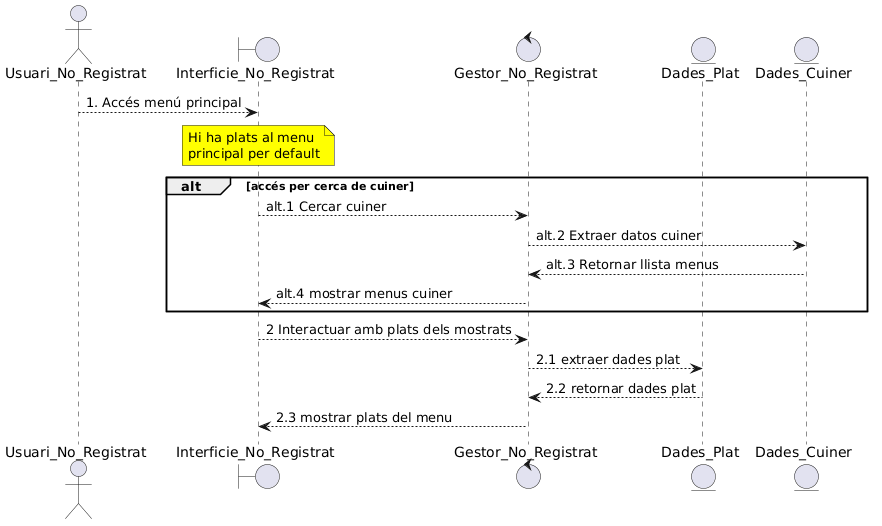
Earlier version of the PlantUML export documents/Diagrames i Especificacions/Seqüencia/ALEJANDRO/Consultar Menu.png (martipages/ES23UAB431-02). The source it was exported from:
```plantuml
@startuml
actor Usuari_No_Registrat as UsuariN
boundary Interficie_No_Registrat as interficie

control Gestor_No_Registrat as gestor
entity Dades_Plat as Plat
entity Dades_Cuiner as cuiner

UsuariN --> interficie : 1. Accés menú principal
note over interficie #Yellow : Hi ha plats al menu\nprincipal per default
alt accés per cerca de cuiner
  interficie --> gestor : alt.1 Cercar cuiner
  gestor --> cuiner : alt.2 Extraer datos cuiner
  cuiner --> gestor : alt.3 Retornar llista menus
  gestor --> interficie : alt.4 mostrar menus cuiner
end
interficie --> gestor : 2 Interactuar amb plats dels mostrats
gestor --> Plat : 2.1 extraer dades plat
Plat --> gestor : 2.2 retornar dades plat
gestor --> interficie : 2.3 mostrar plats del menu
@enduml
```
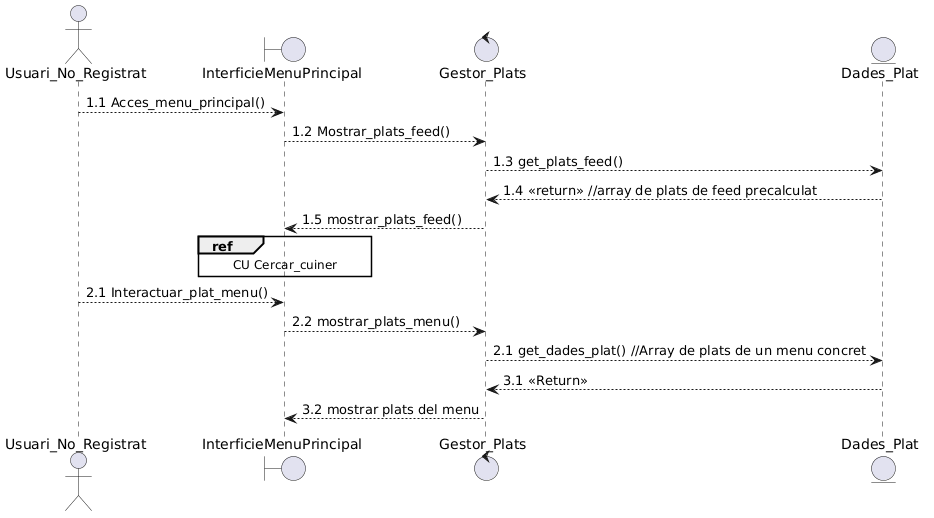
After the commit.

Diff of the diagram source:
```diff
@@ -1,21 +1,19 @@
 @startuml
 actor Usuari_No_Registrat as UsuariN
-boundary Interficie_No_Registrat as interficie
+boundary InterficieMenuPrincipal as interficie
 
-control Gestor_No_Registrat as gestor
+control Gestor_Plats as gestor
 entity Dades_Plat as Plat
-entity Dades_Cuiner as cuiner
 
-UsuariN --> interficie : 1. Accés menú principal
-note over interficie #Yellow : Hi ha plats al menu\nprincipal per default
-alt accés per cerca de cuiner
-  interficie --> gestor : alt.1 Cercar cuiner
-  gestor --> cuiner : alt.2 Extraer datos cuiner
-  cuiner --> gestor : alt.3 Retornar llista menus
-  gestor --> interficie : alt.4 mostrar menus cuiner
-end
-interficie --> gestor : 2 Interactuar amb plats dels mostrats
-gestor --> Plat : 2.1 extraer dades plat
-Plat --> gestor : 2.2 retornar dades plat
-gestor --> interficie : 2.3 mostrar plats del menu
+UsuariN --> interficie : 1.1 Acces_menu_principal()
+interficie --> gestor : 1.2 Mostrar_plats_feed()
+gestor --> Plat : 1.3 get_plats_feed()
+Plat --> gestor : 1.4 <<return>> //array de plats de feed precalculat
+gestor --> interficie : 1.5 mostrar_plats_feed()
+ref over interficie : CU Cercar_cuiner
+UsuariN --> interficie : 2.1 Interactuar_plat_menu()
+interficie --> gestor : 2.2 mostrar_plats_menu()
+gestor --> Plat : 2.1 get_dades_plat() //Array de plats de un menu concret
+Plat --> gestor : 3.1 <<Return>>
+gestor --> interficie : 3.2 mostrar plats del menu
 @enduml
```
